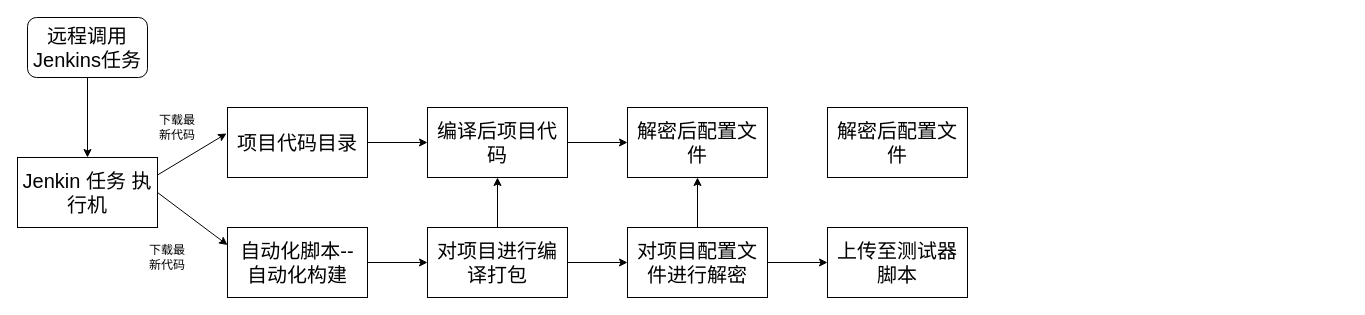
This is platform_decrypt_diagram.drawio from Chenguoqing2008/drawio, a draw.io file, before an edit. Source tidied: cells renumbered, new cells numbered last; positions are measured from the earlier drawing's top-left corner, leaving out a move shared by most shapes. Both pictures are drawn from the tidied source at 100%, with x=0, y=0 at pixel (17, 17).
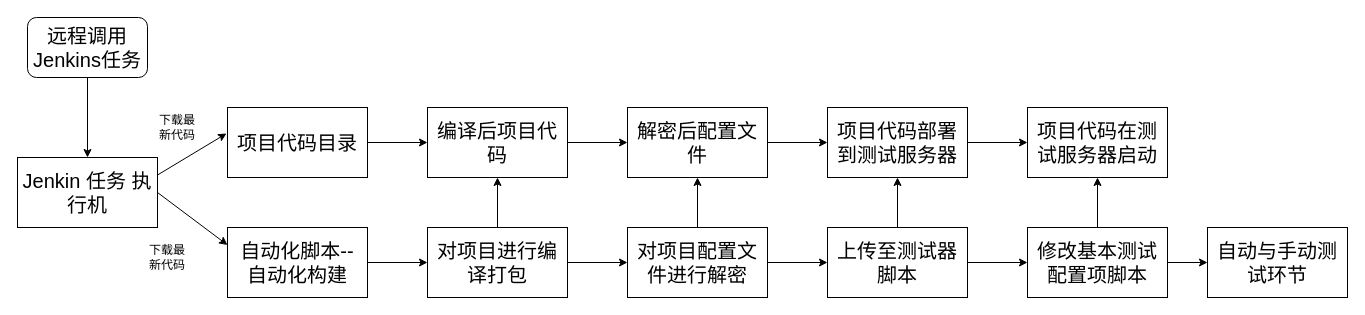
Above is the later version.

Unchanged cells that the change refers to:
```xml
<mxCell id="21" value="&lt;span style=&quot;font-size: 20px&quot;&gt;解密后配置文件&lt;/span&gt;" style="rounded=0;whiteSpace=wrap;html=1;" parent="1" vertex="1">
  <mxGeometry x="610" y="90" width="140" height="70" as="geometry" />
</mxCell>
<mxCell id="22" value="&lt;span style=&quot;font-size: 20px&quot;&gt;上传至测试器脚本&lt;/span&gt;" style="rounded=0;whiteSpace=wrap;html=1;" parent="1" vertex="1">
  <mxGeometry x="810" y="210" width="140" height="70" as="geometry" />
</mxCell>
```

What changed in the source:
```diff
@@
+    <mxCell id="24" style="edgeStyle=orthogonalEdgeStyle;rounded=0;jettySize=auto;html=1;exitX=1;exitY=0.5;exitDx=0;exitDy=0;entryX=0;entryY=0.5;entryDx=0;entryDy=0;" parent="1" edge="1" source="21" target="23">
+      <mxGeometry relative="1" as="geometry" />
+    </mxCell>
@@
+    <mxCell id="25" style="edgeStyle=orthogonalEdgeStyle;rounded=0;jettySize=auto;html=1;exitX=0.5;exitY=0;exitDx=0;exitDy=0;entryX=0.5;entryY=1;entryDx=0;entryDy=0;" parent="1" edge="1" source="22" target="23">
+      <mxGeometry relative="1" as="geometry" />
+    </mxCell>
+    <mxCell id="26" style="edgeStyle=orthogonalEdgeStyle;rounded=0;jettySize=auto;html=1;exitX=1;exitY=0.5;exitDx=0;exitDy=0;entryX=0;entryY=0.5;entryDx=0;entryDy=0;" parent="1" edge="1" source="22" target="30">
+      <mxGeometry relative="1" as="geometry" />
+    </mxCell>
@@
+    <mxCell id="27" style="edgeStyle=orthogonalEdgeStyle;rounded=0;jettySize=auto;html=1;exitX=1;exitY=0.5;exitDx=0;exitDy=0;entryX=0;entryY=0.5;entryDx=0;entryDy=0;" parent="1" edge="1" source="23" target="31">
+      <mxGeometry relative="1" as="geometry" />
+    </mxCell>
-    <mxCell id="23" value="&lt;span style=&quot;font-size: 20px&quot;&gt;解密后配置文件&lt;/span&gt;" style="rounded=0;whiteSpace=wrap;html=1;" parent="1" vertex="1">
+    <mxCell id="23" value="&lt;span style=&quot;font-size: 20px&quot;&gt;项目代码部署到测试服务器&lt;/span&gt;" style="rounded=0;whiteSpace=wrap;html=1;" parent="1" vertex="1">
       <mxGeometry x="810" y="90" width="140" height="70" as="geometry" />
     </mxCell>
+    <mxCell id="28" style="edgeStyle=orthogonalEdgeStyle;rounded=0;jettySize=auto;html=1;exitX=0.5;exitY=0;exitDx=0;exitDy=0;entryX=0.5;entryY=1;entryDx=0;entryDy=0;" parent="1" edge="1" source="30" target="31">
+      <mxGeometry relative="1" as="geometry" />
+    </mxCell>
+    <mxCell id="29" style="edgeStyle=orthogonalEdgeStyle;rounded=0;jettySize=auto;html=1;exitX=1;exitY=0.5;exitDx=0;exitDy=0;entryX=0;entryY=0.5;entryDx=0;entryDy=0;" parent="1" edge="1" source="30" target="32">
+      <mxGeometry relative="1" as="geometry" />
+    </mxCell>
+    <mxCell id="30" value="&lt;span style=&quot;font-size: 20px&quot;&gt;修改基本测试配置项脚本&lt;/span&gt;" style="rounded=0;whiteSpace=wrap;html=1;" parent="1" vertex="1">
+      <mxGeometry x="1010" y="210" width="140" height="70" as="geometry" />
+    </mxCell>
+    <mxCell id="31" value="&lt;span style=&quot;font-size: 20px&quot;&gt;项目代码在测试服务器启动&lt;/span&gt;" style="rounded=0;whiteSpace=wrap;html=1;" parent="1" vertex="1">
+      <mxGeometry x="1010" y="90" width="140" height="70" as="geometry" />
+    </mxCell>
+    <mxCell id="32" value="&lt;span style=&quot;font-size: 20px&quot;&gt;自动与手动测试环节&lt;/span&gt;" style="rounded=0;whiteSpace=wrap;html=1;" parent="1" vertex="1">
+      <mxGeometry x="1190" y="210" width="140" height="70" as="geometry" />
+    </mxCell>
```
